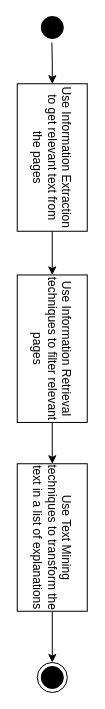
The draw.io diagram diagrams/M2.drawio in whzd/thesis, before the edit. Source tidied: cells renumbered, new cells numbered last; positions are measured from the earlier drawing's top-left corner, leaving out a move shared by most shapes. Both pictures are drawn from the tidied source at 100%, with x=0, y=0 at pixel (-22, 12).
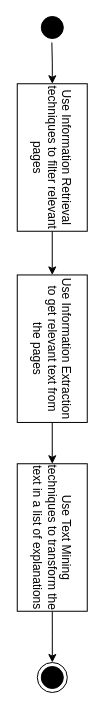
After the change.

The edit, as a diff of the source:
```diff
@@
 <mxGraphModel>
   <root>
     <mxCell id="0" />
     <mxCell id="1" parent="0" />
     <mxCell id="2" style="edgeStyle=orthogonalEdgeStyle;rounded=0;jettySize=auto;html=1;" parent="1" edge="1" source="3" target="8">
       <mxGeometry relative="1" as="geometry" />
     </mxCell>
     <mxCell id="3" style="ellipse;html=1;shape=startState;fillColor=#000000;strokeColor=#000000;rotation=90;" parent="1" vertex="1">
       <mxGeometry x="58.8" width="30" height="30" as="geometry" />
     </mxCell>
     <mxCell id="4" style="ellipse;html=1;shape=endState;fillColor=#000000;strokeColor=#000000;rotation=90;" parent="1" vertex="1">
       <mxGeometry x="58.8" y="650" width="30" height="30" as="geometry" />
     </mxCell>
     <mxCell id="5" style="edgeStyle=orthogonalEdgeStyle;rounded=0;jettySize=auto;html=1;" parent="1" edge="1" source="6" target="10">
       <mxGeometry relative="1" as="geometry" />
     </mxCell>
-    <mxCell id="6" value="&lt;div&gt;Use Information Retrieval techniques to filter relevant pages&lt;/div&gt;" style="rounded=0;whiteSpace=wrap;html=1;strokeColor=#000000;rotation=90;" parent="1" vertex="1">
+    <mxCell id="6" value="Use Information Extraction to get relevant text from the pages" style="rounded=0;whiteSpace=wrap;html=1;strokeColor=#000000;rotation=90;" parent="1" vertex="1">
       <mxGeometry y="301.2" width="147.5" height="70" as="geometry" />
     </mxCell>
     <mxCell id="7" style="edgeStyle=orthogonalEdgeStyle;rounded=0;jettySize=auto;html=1;" parent="1" edge="1" source="8" target="6">
       <mxGeometry relative="1" as="geometry" />
     </mxCell>
-    <mxCell id="8" value="Use Information Extraction to get relevant text from the pages" style="rounded=0;whiteSpace=wrap;html=1;strokeColor=#000000;rotation=90;" parent="1" vertex="1">
+    <mxCell id="8" value="Use Information Retrieval techniques to filter relevant pages" style="rounded=0;whiteSpace=wrap;html=1;strokeColor=#000000;rotation=90;" parent="1" vertex="1">
       <mxGeometry y="110" width="147.5" height="70" as="geometry" />
     </mxCell>
     <mxCell id="9" style="edgeStyle=orthogonalEdgeStyle;rounded=0;jettySize=auto;html=1;" parent="1" edge="1" source="10" target="4">
       <mxGeometry relative="1" as="geometry" />
     </mxCell>
     <mxCell id="10" value="Use Text Mining techniques to transform the text in a list of explanations " style="rounded=0;whiteSpace=wrap;html=1;strokeColor=#000000;rotation=90;" parent="1" vertex="1">
       <mxGeometry y="490" width="147.5" height="70" as="geometry" />
     </mxCell>
   </root>
 </mxGraphModel>
```
